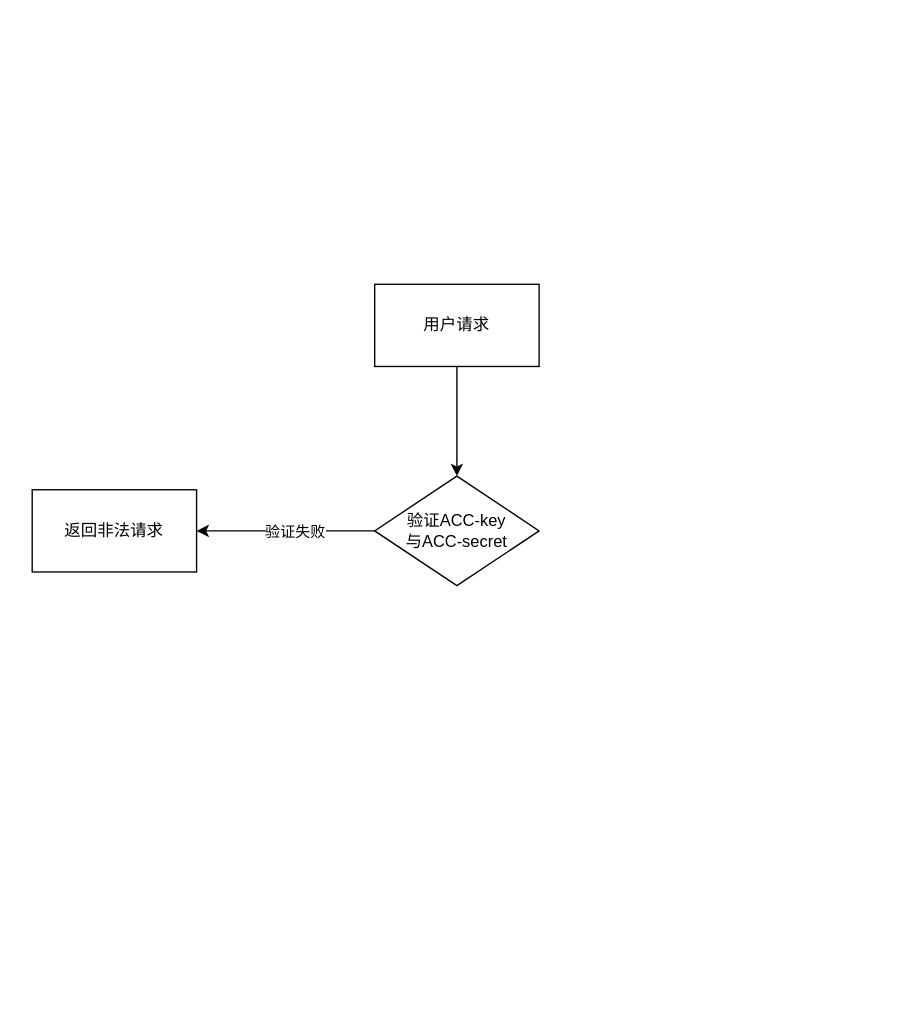
Before: 后台接口.drawio in miracleEverywhere/draw.io, a draw.io diagram. Source tidied: cells renumbered, new cells numbered last; positions are measured from the earlier drawing's top-left corner, leaving out a move shared by most shapes. Both pictures are drawn from the tidied source at 137%, with x=0, y=0 at pixel (32, 284).
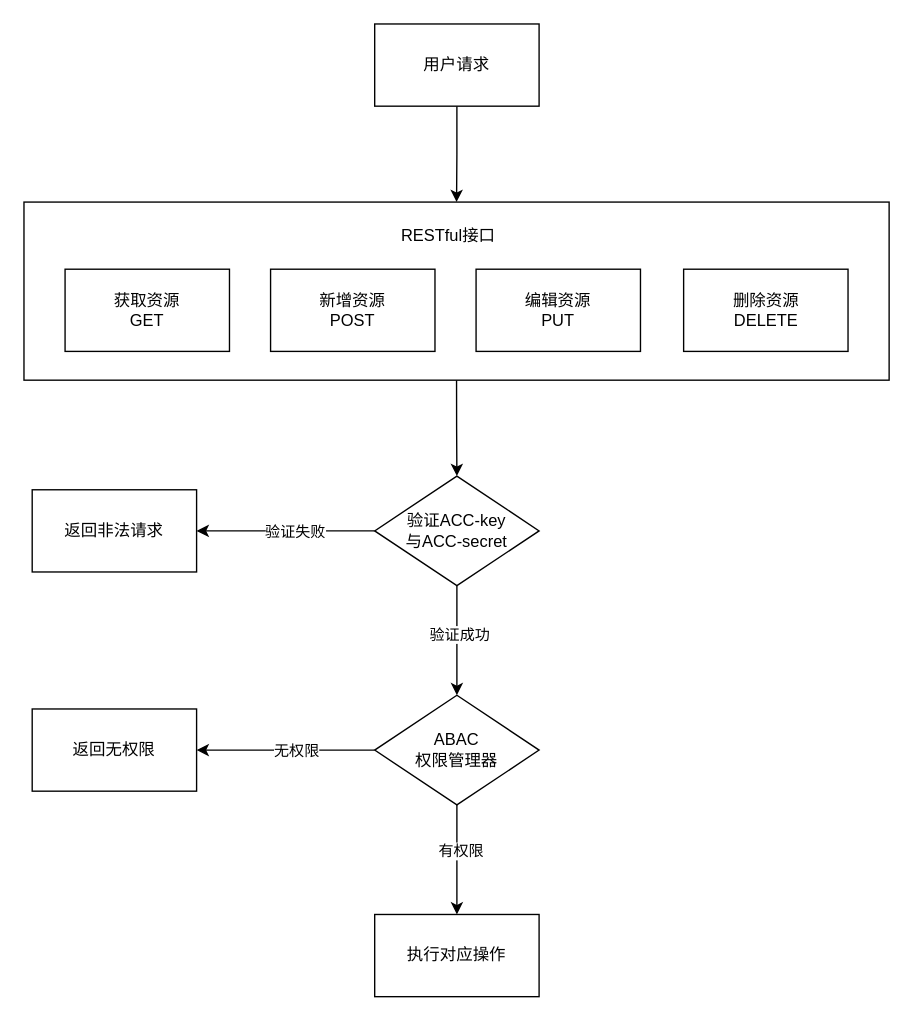
The same diagram, later.

Commit message (it also covers changes not shown here):
更新后台接口.drawio

Unchanged cells that the change refers to:
```xml
<mxCell id="6" value="验证ACC-key&lt;div&gt;与ACC-secret&lt;/div&gt;" style="rhombus;whiteSpace=wrap;html=1;" parent="1" vertex="1">
  <mxGeometry x="250" y="140" width="120" height="80" as="geometry" />
</mxCell>
```

Diff of the diagram source:
```diff
@@
-    <mxCell id="2" style="edgeStyle=orthogonalEdgeStyle;rounded=0;jettySize=auto;html=1;exitX=0.5;exitY=1;exitDx=0;exitDy=0;entryX=0.5;entryY=0;entryDx=0;entryDy=0;" parent="1" edge="1" source="3" target="6">
-      <mxGeometry relative="1" as="geometry" />
-    </mxCell>
+    <mxCell id="8" style="edgeStyle=orthogonalEdgeStyle;rounded=0;jettySize=auto;html=1;exitX=0.5;exitY=1;exitDx=0;exitDy=0;entryX=0.5;entryY=0;entryDx=0;entryDy=0;" parent="1" edge="1" source="3" target="18">
+      <mxGeometry relative="1" as="geometry" />
+    </mxCell>
     <mxCell id="3" value="用户请求" style="rounded=0;whiteSpace=wrap;html=1;" parent="1" vertex="1">
-      <mxGeometry x="250" width="120" height="60" as="geometry" />
+      <mxGeometry x="250" y="-190" width="120" height="60" as="geometry" />
     </mxCell>
@@
+    <mxCell id="9" style="edgeStyle=orthogonalEdgeStyle;rounded=0;jettySize=auto;html=1;exitX=0.5;exitY=1;exitDx=0;exitDy=0;entryX=0.5;entryY=0;entryDx=0;entryDy=0;" parent="1" edge="1" source="6" target="15">
+      <mxGeometry relative="1" as="geometry" />
+    </mxCell>
+    <mxCell id="10" value="验证成功" style="edgeLabel;html=1;align=center;verticalAlign=middle;" parent="9" vertex="1">
+      <mxGeometry x="-0.36" y="1" relative="1" as="geometry">
+        <mxPoint y="9" as="offset" />
+      </mxGeometry>
+    </mxCell>
@@
+    <mxCell id="11" style="edgeStyle=orthogonalEdgeStyle;rounded=0;jettySize=auto;html=1;exitX=0;exitY=0.5;exitDx=0;exitDy=0;entryX=1;entryY=0.5;entryDx=0;entryDy=0;" parent="1" edge="1" source="15" target="16">
+      <mxGeometry relative="1" as="geometry" />
+    </mxCell>
+    <mxCell id="12" value="无权限" style="edgeLabel;html=1;align=center;verticalAlign=middle;" parent="11" vertex="1">
+      <mxGeometry x="-0.11" relative="1" as="geometry" />
+    </mxCell>
+    <mxCell id="13" style="edgeStyle=orthogonalEdgeStyle;rounded=0;jettySize=auto;html=1;exitX=0.5;exitY=1;exitDx=0;exitDy=0;entryX=0.5;entryY=0;entryDx=0;entryDy=0;" parent="1" edge="1" source="15" target="24">
+      <mxGeometry relative="1" as="geometry" />
+    </mxCell>
+    <mxCell id="14" value="有权限" style="edgeLabel;html=1;align=center;verticalAlign=middle;" parent="13" vertex="1">
+      <mxGeometry x="-0.18" y="2" relative="1" as="geometry" />
+    </mxCell>
+    <mxCell id="15" value="ABAC&lt;div&gt;权限管理器&lt;/div&gt;" style="rhombus;whiteSpace=wrap;html=1;" parent="1" vertex="1">
+      <mxGeometry x="250" y="300" width="120" height="80" as="geometry" />
+    </mxCell>
+    <mxCell id="16" value="返回无权限" style="rounded=0;whiteSpace=wrap;html=1;" parent="1" vertex="1">
+      <mxGeometry y="310" width="120" height="60" as="geometry" />
+    </mxCell>
+    <mxCell id="17" style="edgeStyle=orthogonalEdgeStyle;rounded=0;jettySize=auto;html=1;exitX=0.5;exitY=1;exitDx=0;exitDy=0;entryX=0.5;entryY=0;entryDx=0;entryDy=0;" parent="1" edge="1" source="18" target="6">
+      <mxGeometry relative="1" as="geometry" />
+    </mxCell>
+    <mxCell id="18" value="&lt;p style=&quot;line-height: 120%;&quot;&gt;&lt;br&gt;&lt;/p&gt;" style="rounded=0;whiteSpace=wrap;html=1;align=center;" parent="1" vertex="1">
+      <mxGeometry x="-6" y="-60" width="631.5" height="130" as="geometry" />
+    </mxCell>
+    <mxCell id="19" value="新增资源&lt;div&gt;POST&lt;/div&gt;" style="rounded=0;whiteSpace=wrap;html=1;" parent="1" vertex="1">
+      <mxGeometry x="174" y="-11" width="120" height="60" as="geometry" />
+    </mxCell>
+    <mxCell id="20" value="删除资源&lt;div&gt;DELETE&lt;/div&gt;" style="rounded=0;whiteSpace=wrap;html=1;" parent="1" vertex="1">
+      <mxGeometry x="475.5" y="-11" width="120" height="60" as="geometry" />
+    </mxCell>
+    <mxCell id="21" value="编辑资源&lt;div&gt;PUT&lt;/div&gt;" style="rounded=0;whiteSpace=wrap;html=1;" parent="1" vertex="1">
+      <mxGeometry x="324" y="-11" width="120" height="60" as="geometry" />
+    </mxCell>
+    <mxCell id="22" value="获取资源&lt;div&gt;GET&lt;/div&gt;" style="rounded=0;whiteSpace=wrap;html=1;" parent="1" vertex="1">
+      <mxGeometry x="24" y="-11" width="120" height="60" as="geometry" />
+    </mxCell>
+    <mxCell id="23" value="RESTful接口" style="text;html=1;align=center;verticalAlign=middle;whiteSpace=wrap;rounded=0;" parent="1" vertex="1">
+      <mxGeometry x="254" y="-50" width="100" height="30" as="geometry" />
+    </mxCell>
+    <mxCell id="24" value="执行对应操作" style="rounded=0;whiteSpace=wrap;html=1;" parent="1" vertex="1">
+      <mxGeometry x="250" y="460" width="120" height="60" as="geometry" />
+    </mxCell>
```
